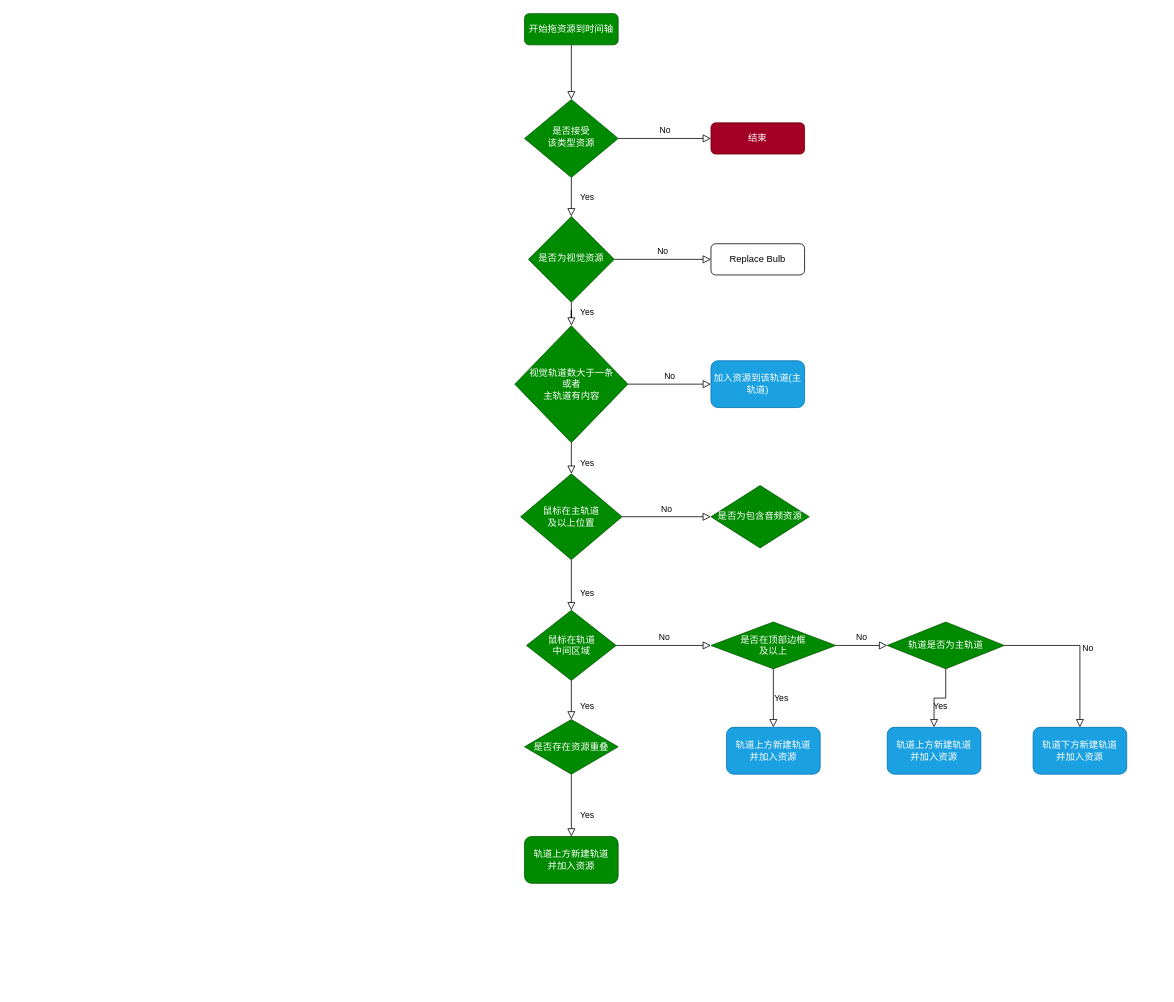
Before: Untitled Diagram.drawio in macfanr/SliderView, a draw.io diagram. Source tidied: cells renumbered, new cells numbered last; positions are measured from the earlier drawing's top-left corner, leaving out a move shared by most shapes. Both pictures are drawn from the tidied source at 78%, with x=0, y=0 at pixel (514, 13).
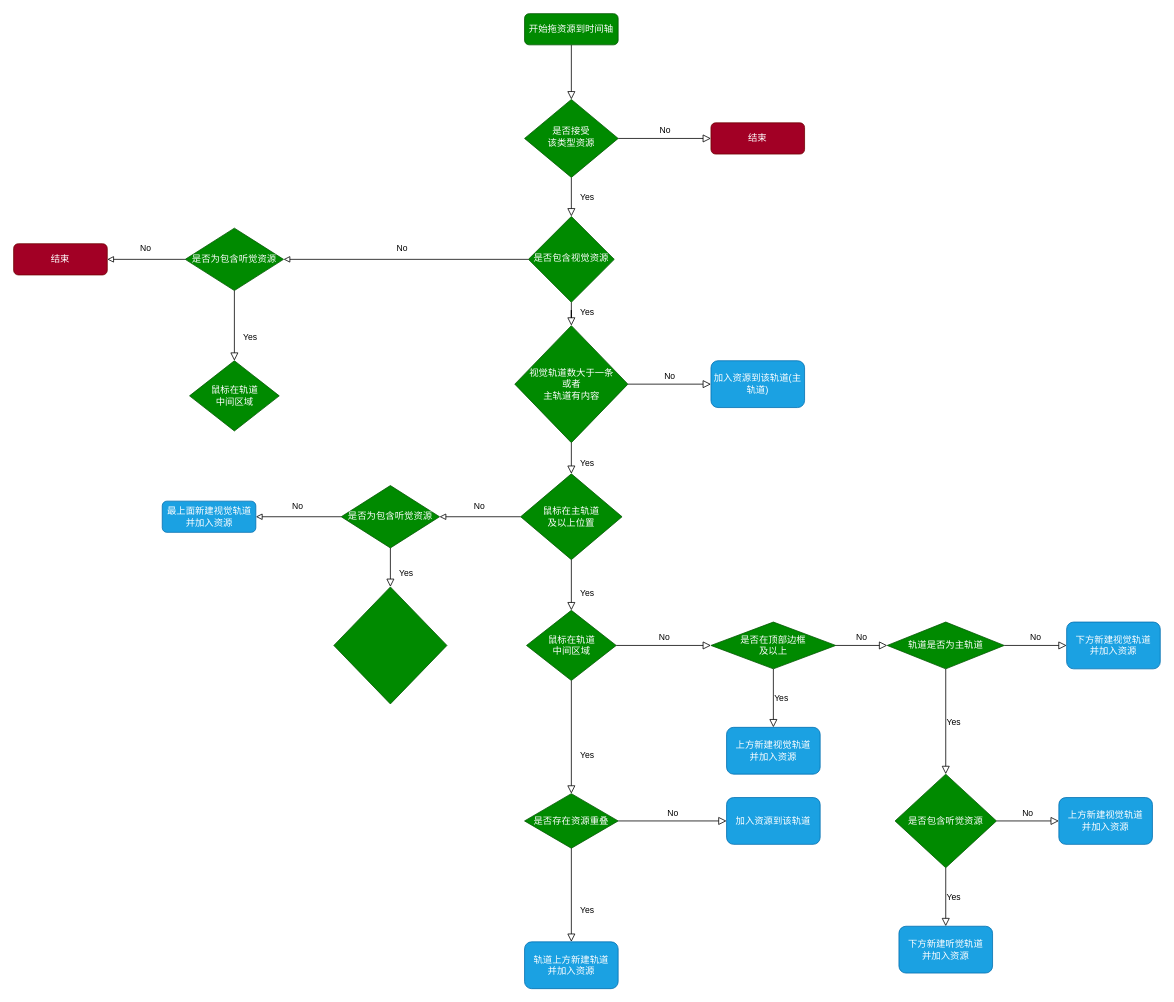
After the change.

The change refers to these unchanged cells:
```xml
<mxCell id="11" value="鼠标在主轨道&lt;br&gt;及以上位置" style="rhombus;whiteSpace=wrap;html=1;rounded=0;fillColor=#008a00;fontColor=#ffffff;strokeColor=#005700;" parent="1" vertex="1">
  <mxGeometry x="8" y="590" width="130" height="110" as="geometry" />
</mxCell>
<mxCell id="24" value="轨道是否为主轨道" style="rhombus;whiteSpace=wrap;html=1;rounded=0;fillColor=#008a00;fontColor=#ffffff;strokeColor=#005700;" parent="1" vertex="1">
  <mxGeometry x="478" y="780" width="150" height="60" as="geometry" />
</mxCell>
```

The edit, as a diff of the source:
```diff
@@
-    <mxCell id="9" value="No" style="edgeStyle=orthogonalEdgeStyle;rounded=0;html=1;jettySize=auto;fontSize=11;endArrow=block;endFill=0;endSize=8;strokeWidth=1;shadow=0;labelBackgroundColor=none;" parent="1" edge="1" source="10" target="12">
-      <mxGeometry y="10" relative="1" as="geometry" />
-    </mxCell>
-    <mxCell id="10" value="是否为视觉资源" style="rhombus;whiteSpace=wrap;html=1;shadow=0;fontFamily=Helvetica;fontSize=12;align=center;strokeWidth=1;spacing=6;spacingTop=-4;fillColor=#008a00;fontColor=#ffffff;strokeColor=#005700;" parent="1" vertex="1">
+    <mxCell id="10" value="是否包含视觉资源" style="rhombus;whiteSpace=wrap;html=1;shadow=0;fontFamily=Helvetica;fontSize=12;align=center;strokeWidth=1;spacing=6;spacingTop=-4;fillColor=#008a00;fontColor=#ffffff;strokeColor=#005700;" parent="1" vertex="1">
       <mxGeometry x="18" y="260" width="110" height="110" as="geometry" />
     </mxCell>
+    <mxCell id="33" style="edgeStyle=orthogonalEdgeStyle;rounded=0;jettySize=auto;html=1;entryX=1;entryY=0.5;entryDx=0;entryDy=0;endArrow=block;endFill=0;" parent="1" edge="1" source="11" target="34">
+      <mxGeometry relative="1" as="geometry" />
+    </mxCell>
+    <mxCell id="35" value="No" style="edgeLabel;html=1;align=center;verticalAlign=middle;" parent="33" vertex="1">
+      <mxGeometry x="0.04" y="-1" relative="1" as="geometry">
+        <mxPoint y="-14" as="offset" />
+      </mxGeometry>
+    </mxCell>
@@
-    <mxCell id="12" value="Replace Bulb" style="rounded=1;whiteSpace=wrap;html=1;fontSize=12;glass=0;strokeWidth=1;shadow=0;" parent="1" vertex="1">
-      <mxGeometry x="252" y="295" width="120" height="40" as="geometry" />
-    </mxCell>
@@
     <mxCell id="16" value="是否存在资源重叠" style="rhombus;whiteSpace=wrap;html=1;rounded=0;fillColor=#008a00;fontColor=#ffffff;strokeColor=#005700;" parent="1" vertex="1">
-      <mxGeometry x="13" y="905" width="120" height="70" as="geometry" />
+      <mxGeometry x="13" y="1000" width="120" height="70" as="geometry" />
     </mxCell>
@@
-    <mxCell id="18" value="轨道上方新建轨道&lt;br&gt;并加入资源" style="whiteSpace=wrap;html=1;rounded=1;glass=0;strokeWidth=1;shadow=0;fillColor=#008a00;fontColor=#ffffff;strokeColor=#005700;" parent="1" vertex="1">
-      <mxGeometry x="13" y="1055" width="120" height="60" as="geometry" />
+    <mxCell id="18" value="轨道上方新建轨道&lt;br&gt;并加入资源" style="whiteSpace=wrap;html=1;rounded=1;glass=0;strokeWidth=1;shadow=0;fillColor=#1ba1e2;fontColor=#ffffff;strokeColor=#006EAF;" parent="1" vertex="1">
+      <mxGeometry x="13" y="1190" width="120" height="60" as="geometry" />
     </mxCell>
@@
-    <mxCell id="21" value="轨道上方新建轨道&lt;br&gt;并加入资源" style="whiteSpace=wrap;html=1;rounded=1;glass=0;strokeWidth=1;shadow=0;fillColor=#1ba1e2;fontColor=#ffffff;strokeColor=#006EAF;" parent="1" vertex="1">
+    <mxCell id="21" value="上方新建视觉轨道&lt;br&gt;并加入资源" style="whiteSpace=wrap;html=1;rounded=1;glass=0;strokeWidth=1;shadow=0;fillColor=#1ba1e2;fontColor=#ffffff;strokeColor=#006EAF;" parent="1" vertex="1">
       <mxGeometry x="272" y="915" width="120" height="60" as="geometry" />
     </mxCell>
@@
-    <mxCell id="25" value="Yes" style="edgeStyle=orthogonalEdgeStyle;rounded=0;html=1;jettySize=auto;fontSize=11;endArrow=block;endFill=0;endSize=8;strokeWidth=1;shadow=0;labelBackgroundColor=none;exitX=0.5;exitY=1;exitDx=0;exitDy=0;entryX=0.5;entryY=0;entryDx=0;entryDy=0;" parent="1" edge="1" source="24" target="31">
+    <mxCell id="25" value="Yes" style="edgeStyle=orthogonalEdgeStyle;rounded=0;html=1;jettySize=auto;fontSize=11;endArrow=block;endFill=0;endSize=8;strokeWidth=1;shadow=0;labelBackgroundColor=none;exitX=0.5;exitY=1;exitDx=0;exitDy=0;entryX=0.5;entryY=0;entryDx=0;entryDy=0;" parent="1" edge="1" source="24" target="52">
       <mxGeometry y="10" relative="1" as="geometry" />
     </mxCell>
-    <mxCell id="26" value="轨道下方新建轨道&lt;br&gt;并加入资源" style="whiteSpace=wrap;html=1;rounded=1;fillColor=#1ba1e2;fontColor=#ffffff;strokeColor=#006EAF;" parent="1" vertex="1">
-      <mxGeometry x="665" y="915" width="120" height="60" as="geometry" />
+    <mxCell id="26" value="下方新建视觉轨道&lt;br&gt;并加入资源" style="whiteSpace=wrap;html=1;rounded=1;fillColor=#1ba1e2;fontColor=#ffffff;strokeColor=#006EAF;" parent="1" vertex="1">
+      <mxGeometry x="708" y="780" width="120" height="60" as="geometry" />
     </mxCell>
-    <mxCell id="27" value="No" style="edgeStyle=orthogonalEdgeStyle;rounded=0;html=1;jettySize=auto;fontSize=11;endArrow=block;endFill=0;endSize=8;strokeWidth=1;shadow=0;labelBackgroundColor=none;exitX=1;exitY=0.5;exitDx=0;exitDy=0;entryX=0.5;entryY=0;entryDx=0;entryDy=0;" parent="1" edge="1" source="24" target="26">
+    <mxCell id="27" value="No" style="edgeStyle=orthogonalEdgeStyle;rounded=0;html=1;jettySize=auto;fontSize=11;endArrow=block;endFill=0;endSize=8;strokeWidth=1;shadow=0;labelBackgroundColor=none;exitX=1;exitY=0.5;exitDx=0;exitDy=0;entryX=0;entryY=0.5;entryDx=0;entryDy=0;" parent="1" edge="1" source="24" target="26">
       <mxGeometry y="10" relative="1" as="geometry" />
     </mxCell>
@@
-    <mxCell id="31" value="轨道上方新建轨道&lt;br&gt;并加入资源" style="whiteSpace=wrap;html=1;rounded=1;glass=0;strokeWidth=1;shadow=0;fillColor=#1ba1e2;fontColor=#ffffff;strokeColor=#006EAF;" parent="1" vertex="1">
-      <mxGeometry x="478" y="915" width="120" height="60" as="geometry" />
-    </mxCell>
@@
-    <mxCell id="33" value="No" style="edgeStyle=orthogonalEdgeStyle;rounded=0;html=1;jettySize=auto;fontSize=11;endArrow=block;endFill=0;endSize=8;strokeWidth=1;shadow=0;labelBackgroundColor=none;exitX=1;exitY=0.5;exitDx=0;exitDy=0;entryX=0;entryY=0.5;entryDx=0;entryDy=0;" parent="1" edge="1" source="11" target="34">
-      <mxGeometry y="10" relative="1" as="geometry" />
-    </mxCell>
-    <mxCell id="34" value="是否为包含音频资源" style="rhombus;whiteSpace=wrap;html=1;fillColor=#008a00;strokeColor=#005700;fontColor=#ffffff;" parent="1" vertex="1">
-      <mxGeometry x="252" y="605" width="126" height="80" as="geometry" />
+    <mxCell id="34" value="是否为包含听觉资源" style="rhombus;whiteSpace=wrap;html=1;fillColor=#008a00;strokeColor=#005700;fontColor=#ffffff;" parent="1" vertex="1">
+      <mxGeometry x="-222" y="605" width="126" height="80" as="geometry" />
     </mxCell>
+    <mxCell id="36" value="加入资源到该轨道" style="whiteSpace=wrap;html=1;rounded=1;glass=0;strokeWidth=1;shadow=0;fillColor=#1ba1e2;fontColor=#ffffff;strokeColor=#006EAF;" parent="1" vertex="1">
+      <mxGeometry x="272" y="1005" width="120" height="60" as="geometry" />
+    </mxCell>
+    <mxCell id="37" value="No" style="edgeStyle=orthogonalEdgeStyle;rounded=0;html=1;jettySize=auto;fontSize=11;endArrow=block;endFill=0;endSize=8;strokeWidth=1;shadow=0;labelBackgroundColor=none;entryX=0;entryY=0.5;entryDx=0;entryDy=0;exitX=1;exitY=0.5;exitDx=0;exitDy=0;" parent="1" edge="1" source="16" target="36">
+      <mxGeometry y="10" relative="1" as="geometry" />
+    </mxCell>
+    <mxCell id="38" value="是否为包含听觉资源" style="rhombus;whiteSpace=wrap;html=1;fillColor=#008a00;strokeColor=#005700;fontColor=#ffffff;" parent="1" vertex="1">
+      <mxGeometry x="-422" y="275" width="126" height="80" as="geometry" />
+    </mxCell>
+    <mxCell id="39" style="edgeStyle=orthogonalEdgeStyle;rounded=0;jettySize=auto;html=1;entryX=1;entryY=0.5;entryDx=0;entryDy=0;endArrow=block;endFill=0;exitX=0;exitY=0.5;exitDx=0;exitDy=0;" parent="1" edge="1" source="10" target="38">
+      <mxGeometry relative="1" as="geometry" />
+    </mxCell>
+    <mxCell id="40" value="No" style="edgeLabel;html=1;align=center;verticalAlign=middle;" parent="39" vertex="1">
+      <mxGeometry x="0.04" y="-1" relative="1" as="geometry">
+        <mxPoint y="-14" as="offset" />
+      </mxGeometry>
+    </mxCell>
+    <mxCell id="41" value="Yes" style="rounded=0;html=1;jettySize=auto;fontSize=11;endArrow=block;endFill=0;endSize=8;strokeWidth=1;shadow=0;labelBackgroundColor=none;edgeStyle=orthogonalEdgeStyle;exitX=0.5;exitY=1;exitDx=0;exitDy=0;entryX=0.5;entryY=0;entryDx=0;entryDy=0;" parent="1" edge="1" source="38" target="42">
+      <mxGeometry x="0.33" y="20" relative="1" as="geometry" />
+    </mxCell>
+    <mxCell id="42" value="鼠标在轨道&lt;br&gt;中间区域" style="rhombus;whiteSpace=wrap;html=1;rounded=0;fillColor=#008a00;fontColor=#ffffff;strokeColor=#005700;" parent="1" vertex="1">
+      <mxGeometry x="-416.5" y="445" width="115" height="90" as="geometry" />
+    </mxCell>
+    <mxCell id="43" style="edgeStyle=orthogonalEdgeStyle;rounded=0;jettySize=auto;html=1;entryX=1;entryY=0.5;entryDx=0;entryDy=0;endArrow=block;endFill=0;exitX=0;exitY=0.5;exitDx=0;exitDy=0;" parent="1" edge="1" source="38" target="45">
+      <mxGeometry relative="1" as="geometry" />
+    </mxCell>
+    <mxCell id="44" value="No" style="edgeLabel;html=1;align=center;verticalAlign=middle;" parent="43" vertex="1">
+      <mxGeometry x="0.04" y="-1" relative="1" as="geometry">
+        <mxPoint y="-14" as="offset" />
+      </mxGeometry>
+    </mxCell>
+    <mxCell id="45" value="结束" style="rounded=1;whiteSpace=wrap;html=1;fontSize=12;glass=0;strokeWidth=1;shadow=0;fillColor=#a20025;fontColor=#ffffff;strokeColor=#6F0000;" parent="1" vertex="1">
+      <mxGeometry x="-642" y="295" width="120" height="40" as="geometry" />
+    </mxCell>
+    <mxCell id="46" value="Yes" style="rounded=0;html=1;jettySize=auto;fontSize=11;endArrow=block;endFill=0;endSize=8;strokeWidth=1;shadow=0;labelBackgroundColor=none;edgeStyle=orthogonalEdgeStyle;exitX=0.5;exitY=1;exitDx=0;exitDy=0;entryX=0.5;entryY=0;entryDx=0;entryDy=0;" parent="1" edge="1" source="34" target="47">
+      <mxGeometry x="0.33" y="20" relative="1" as="geometry" />
+    </mxCell>
+    <mxCell id="47" style="rhombus;whiteSpace=wrap;html=1;rounded=0;fillColor=#008a00;fontColor=#ffffff;strokeColor=#005700;" parent="1" vertex="1">
+      <mxGeometry x="-231.5" y="735" width="145" height="150" as="geometry" />
+    </mxCell>
+    <mxCell id="48" style="edgeStyle=orthogonalEdgeStyle;rounded=0;jettySize=auto;html=1;entryX=1;entryY=0.5;entryDx=0;entryDy=0;endArrow=block;endFill=0;exitX=0;exitY=0.5;exitDx=0;exitDy=0;" parent="1" edge="1" source="34" target="50">
+      <mxGeometry relative="1" as="geometry" />
+    </mxCell>
+    <mxCell id="49" value="No" style="edgeLabel;html=1;align=center;verticalAlign=middle;" parent="48" vertex="1">
+      <mxGeometry x="0.04" y="-1" relative="1" as="geometry">
+        <mxPoint y="-14" as="offset" />
+      </mxGeometry>
+    </mxCell>
+    <mxCell id="50" value="最上面新建视觉轨道&lt;br&gt;并加入资源" style="rounded=1;whiteSpace=wrap;html=1;fontSize=12;glass=0;strokeWidth=1;shadow=0;fillColor=#1ba1e2;fontColor=#ffffff;strokeColor=#006EAF;" parent="1" vertex="1">
+      <mxGeometry x="-451.5" y="625" width="120" height="40" as="geometry" />
+    </mxCell>
+    <mxCell id="51" value="上方新建视觉轨道&lt;br&gt;并加入资源" style="whiteSpace=wrap;html=1;rounded=1;glass=0;strokeWidth=1;shadow=0;fillColor=#1ba1e2;fontColor=#ffffff;strokeColor=#006EAF;" parent="1" vertex="1">
+      <mxGeometry x="698" y="1005" width="120" height="60" as="geometry" />
+    </mxCell>
+    <mxCell id="52" value="是否包含听觉资源" style="rhombus;whiteSpace=wrap;html=1;fillColor=#008a00;fontColor=#ffffff;strokeColor=#005700;" parent="1" vertex="1">
+      <mxGeometry x="488" y="975" width="130" height="120" as="geometry" />
+    </mxCell>
+    <mxCell id="53" value="No" style="edgeStyle=orthogonalEdgeStyle;rounded=0;html=1;jettySize=auto;fontSize=11;endArrow=block;endFill=0;endSize=8;strokeWidth=1;shadow=0;labelBackgroundColor=none;exitX=1;exitY=0.5;exitDx=0;exitDy=0;" parent="1" edge="1" source="52" target="51">
+      <mxGeometry y="10" relative="1" as="geometry" />
+    </mxCell>
+    <mxCell id="54" value="Yes" style="edgeStyle=orthogonalEdgeStyle;rounded=0;html=1;jettySize=auto;fontSize=11;endArrow=block;endFill=0;endSize=8;strokeWidth=1;shadow=0;labelBackgroundColor=none;exitX=0.5;exitY=1;exitDx=0;exitDy=0;entryX=0.5;entryY=0;entryDx=0;entryDy=0;" parent="1" edge="1" source="52" target="55">
+      <mxGeometry y="10" relative="1" as="geometry" />
+    </mxCell>
+    <mxCell id="55" value="下方新建听觉轨道&lt;br&gt;并加入资源" style="whiteSpace=wrap;html=1;rounded=1;glass=0;strokeWidth=1;shadow=0;fillColor=#1ba1e2;fontColor=#ffffff;strokeColor=#006EAF;" parent="1" vertex="1">
+      <mxGeometry x="493" y="1170" width="120" height="60" as="geometry" />
+    </mxCell>
```
